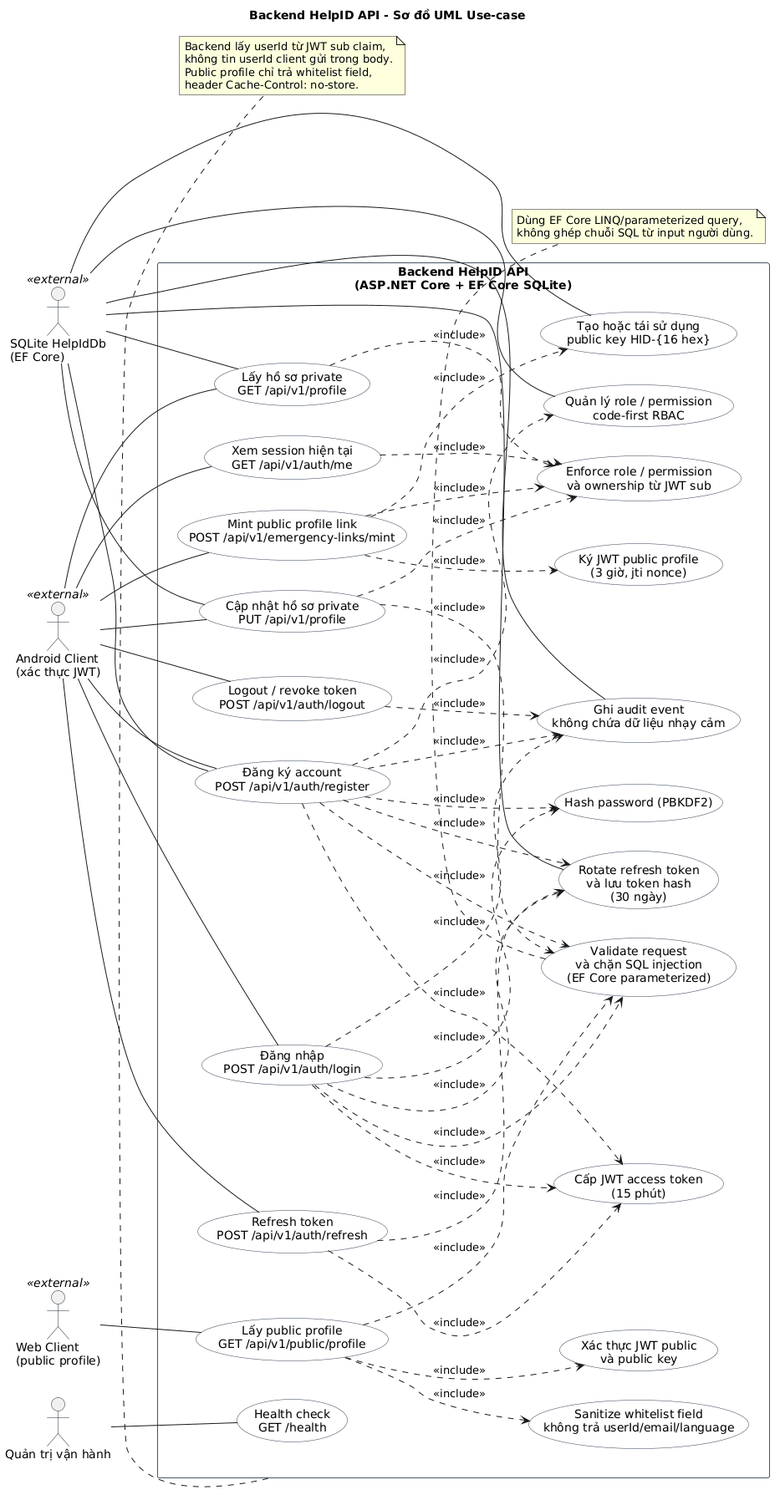
Before: harness-engineering/uml-use-case-api.png, a diagram exported from PlantUML (benhv1en/ANTT_HelpID-Android).
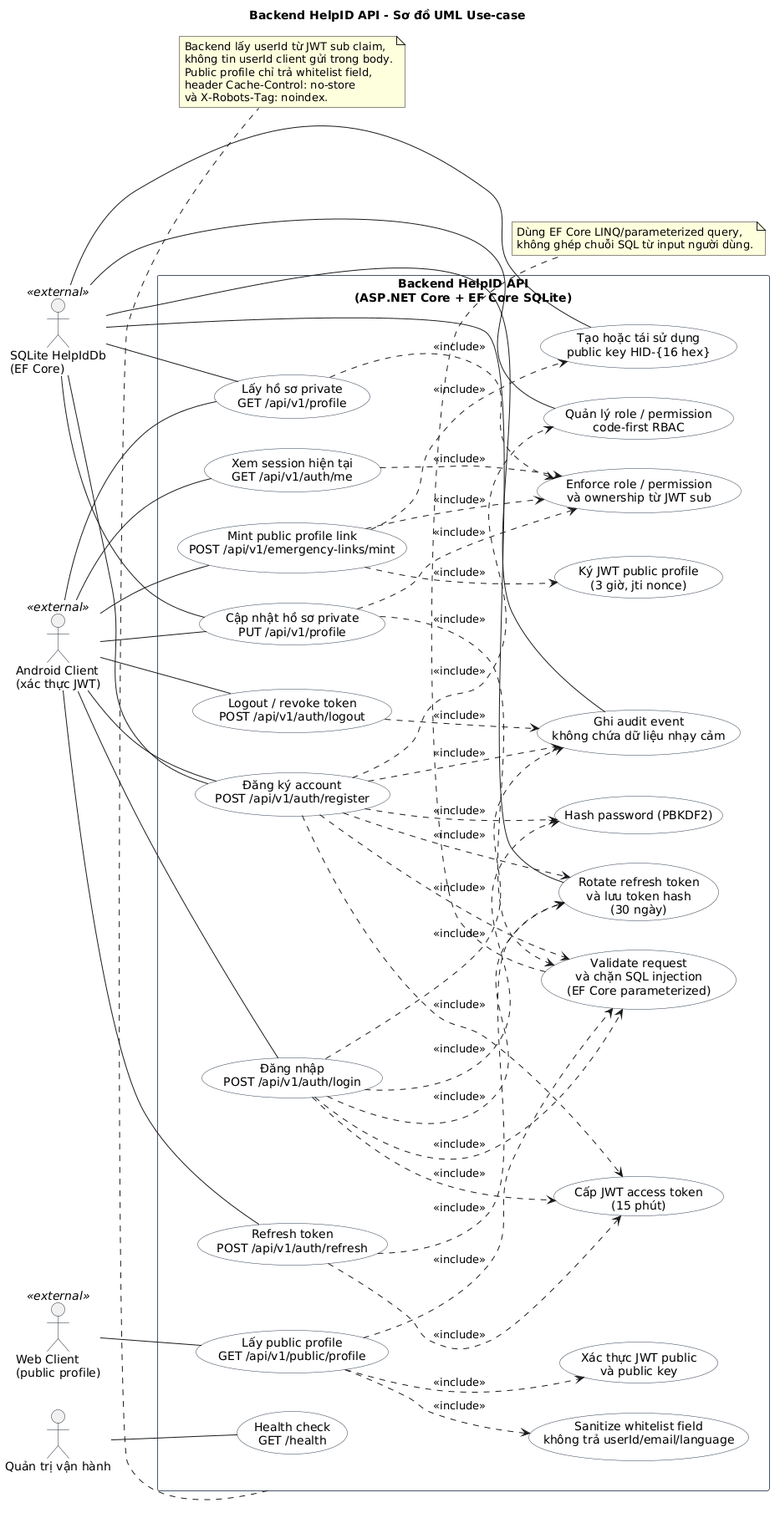
Above is the later version.

What changed in the source:
```diff
@@ -95,7 +95,8 @@
   Backend lấy userId từ JWT sub claim,
   không tin userId client gửi trong body.
   Public profile chỉ trả whitelist field,
-  header Cache-Control: no-store.
+  header Cache-Control: no-store
+  và X-Robots-Tag: noindex.
 end note
 
 note bottom of UC_ValidateAntiInjection
```
